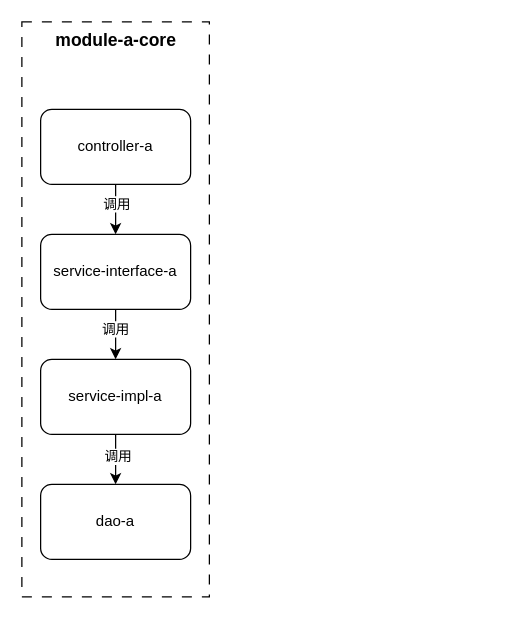
Above: 单模块分层设计（无内部扩展接口）.drawio in codeyunze/drawio (draw.io), before the change. Source tidied: cells renumbered, new cells numbered last; positions are measured from the earlier drawing's top-left corner, leaving out a move shared by most shapes. Both pictures are drawn from the tidied source at 125%, with x=0, y=0 at pixel (21, 21).
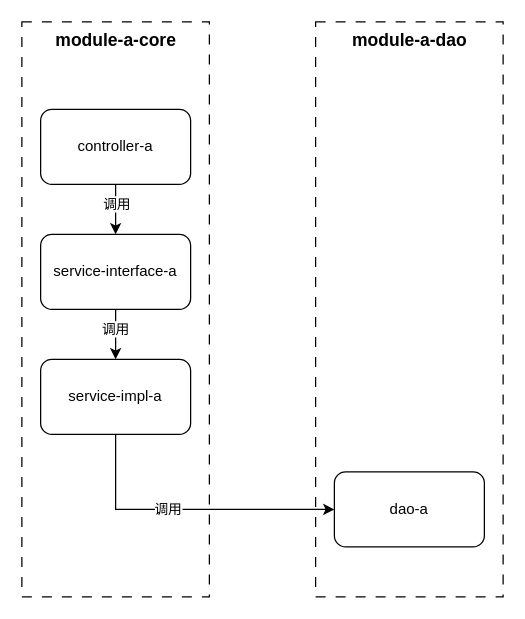
The same diagram, later.

Commit message (it also covers changes not shown here):
更新单模块分层设计（无内部扩展接口）.drawio

Diff of the diagram source:
```diff
@@
 <mxGraphModel>
   <root>
     <mxCell id="0" />
     <mxCell id="1" parent="0" />
+    <mxCell id="14" style="rounded=0;whiteSpace=wrap;html=1;dashed=1;dashPattern=8 8;" parent="1" vertex="1">
+      <mxGeometry x="235" width="150" height="460" as="geometry" />
+    </mxCell>
     <mxCell id="2" style="rounded=0;whiteSpace=wrap;html=1;dashed=1;dashPattern=8 8;" parent="1" vertex="1">
       <mxGeometry width="150" height="460" as="geometry" />
     </mxCell>
     <mxCell id="3" style="edgeStyle=orthogonalEdgeStyle;rounded=0;jettySize=auto;html=1;exitX=0.5;exitY=1;exitDx=0;exitDy=0;" parent="1" edge="1" source="5" target="8">
       <mxGeometry relative="1" as="geometry" />
     </mxCell>
     <mxCell id="4" value="调用" style="edgeLabel;html=1;align=center;verticalAlign=middle;" parent="3" vertex="1">
       <mxGeometry x="-0.23" relative="1" as="geometry" />
     </mxCell>
     <mxCell id="5" value="&lt;span style=&quot;background-color: transparent; color: light-dark(rgb(0, 0, 0), rgb(255, 255, 255));&quot;&gt;controller-a&lt;/span&gt;" style="rounded=1;whiteSpace=wrap;html=1;" parent="1" vertex="1">
       <mxGeometry x="15" y="70" width="120" height="60" as="geometry" />
     </mxCell>
     <mxCell id="6" style="edgeStyle=orthogonalEdgeStyle;rounded=0;jettySize=auto;html=1;exitX=0.5;exitY=1;exitDx=0;exitDy=0;" parent="1" edge="1" source="8" target="11">
       <mxGeometry relative="1" as="geometry" />
     </mxCell>
     <mxCell id="7" value="调用" style="edgeLabel;html=1;align=center;verticalAlign=middle;" parent="6" vertex="1">
       <mxGeometry x="-0.23" y="-1" relative="1" as="geometry" />
     </mxCell>
     <mxCell id="8" value="&lt;span style=&quot;background-color: transparent; color: light-dark(rgb(0, 0, 0), rgb(255, 255, 255));&quot;&gt;service-&lt;/span&gt;&lt;span style=&quot;background-color: transparent; color: light-dark(rgb(0, 0, 0), rgb(255, 255, 255));&quot;&gt;interface-a&lt;/span&gt;" style="rounded=1;whiteSpace=wrap;html=1;" parent="1" vertex="1">
       <mxGeometry x="15" y="170" width="120" height="60" as="geometry" />
     </mxCell>
-    <mxCell id="9" style="edgeStyle=orthogonalEdgeStyle;rounded=0;jettySize=auto;html=1;exitX=0.5;exitY=1;exitDx=0;exitDy=0;" parent="1" edge="1" source="11" target="13">
+    <mxCell id="9" style="edgeStyle=orthogonalEdgeStyle;rounded=0;jettySize=auto;html=1;exitX=0.5;exitY=1;exitDx=0;exitDy=0;entryX=0;entryY=0.5;entryDx=0;entryDy=0;" parent="1" edge="1" source="11" target="13">
       <mxGeometry relative="1" as="geometry" />
     </mxCell>
     <mxCell id="10" value="调用" style="edgeLabel;html=1;align=center;verticalAlign=middle;" parent="9" vertex="1">
       <mxGeometry x="-0.14" y="1" relative="1" as="geometry" />
     </mxCell>
     <mxCell id="11" value="&lt;span style=&quot;background-color: transparent; color: light-dark(rgb(0, 0, 0), rgb(255, 255, 255));&quot;&gt;service-impl-a&lt;/span&gt;" style="rounded=1;whiteSpace=wrap;html=1;" parent="1" vertex="1">
       <mxGeometry x="15" y="270" width="120" height="60" as="geometry" />
     </mxCell>
     <mxCell id="12" value="&lt;b&gt;&lt;font style=&quot;font-size: 14px;&quot;&gt;module-a-core&lt;/font&gt;&lt;/b&gt;" style="text;html=1;align=center;verticalAlign=middle;whiteSpace=wrap;rounded=0;" parent="1" vertex="1">
       <mxGeometry x="8.8" width="132.5" height="30" as="geometry" />
     </mxCell>
     <mxCell id="13" value="&lt;span style=&quot;background-color: transparent; color: light-dark(rgb(0, 0, 0), rgb(255, 255, 255));&quot;&gt;dao-a&lt;/span&gt;" style="rounded=1;whiteSpace=wrap;html=1;" parent="1" vertex="1">
-      <mxGeometry x="15" y="370" width="120" height="60" as="geometry" />
+      <mxGeometry x="250" y="360" width="120" height="60" as="geometry" />
     </mxCell>
+    <mxCell id="15" value="&lt;b&gt;&lt;font style=&quot;font-size: 14px;&quot;&gt;module-a-dao&lt;/font&gt;&lt;/b&gt;" style="text;html=1;align=center;verticalAlign=middle;whiteSpace=wrap;rounded=0;" parent="1" vertex="1">
+      <mxGeometry x="243.8" width="132.5" height="30" as="geometry" />
+    </mxCell>
   </root>
 </mxGraphModel>
```
